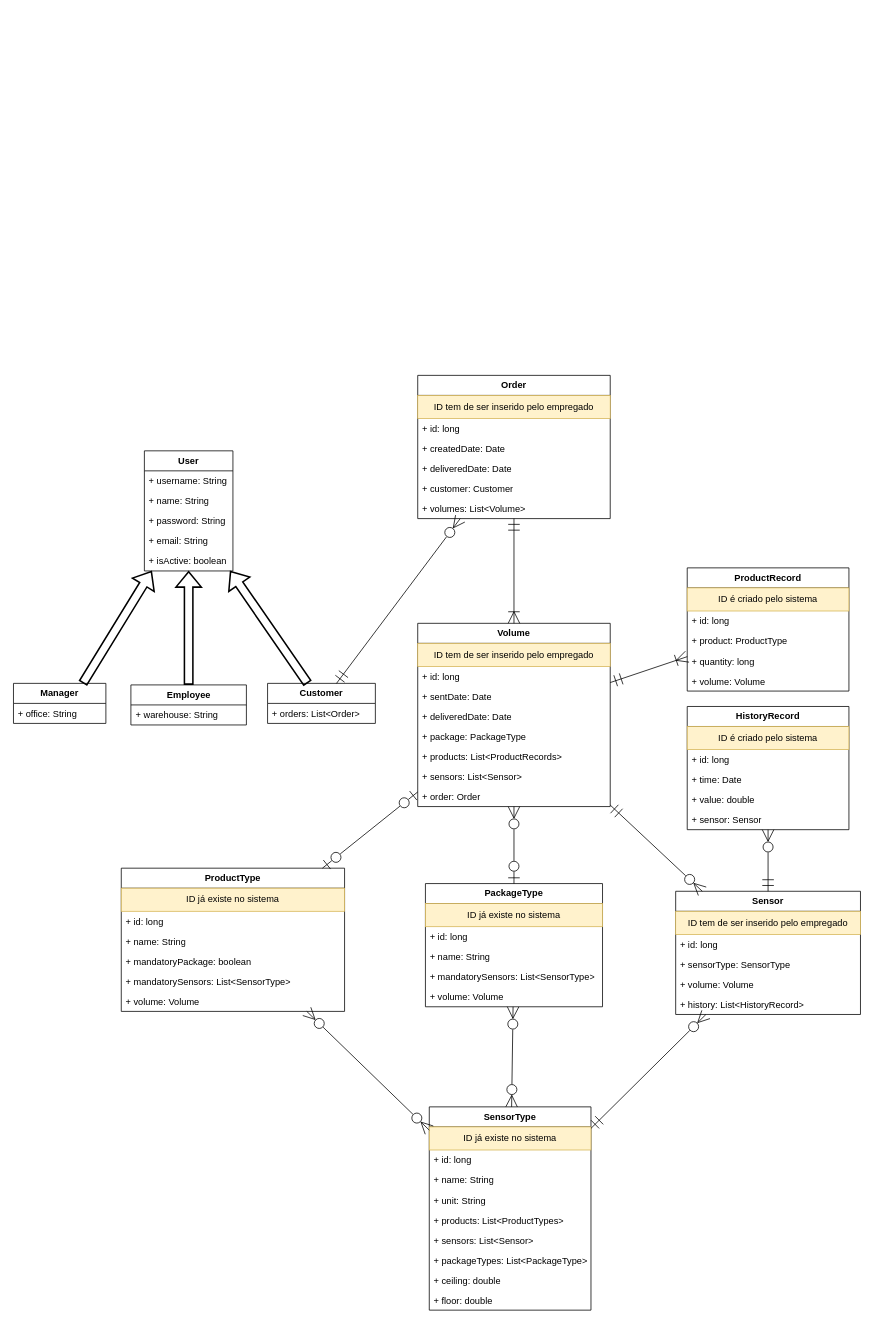
The draw.io diagram ClassDiagramNew.drawio in joelsb/AppMonitor, before the edit. Source tidied: cells renumbered, new cells numbered last; positions are measured from the earlier drawing's top-left corner, leaving out a move shared by most shapes. Both pictures are drawn from the tidied source at 77%, with x=0, y=0 at pixel (13, 375).
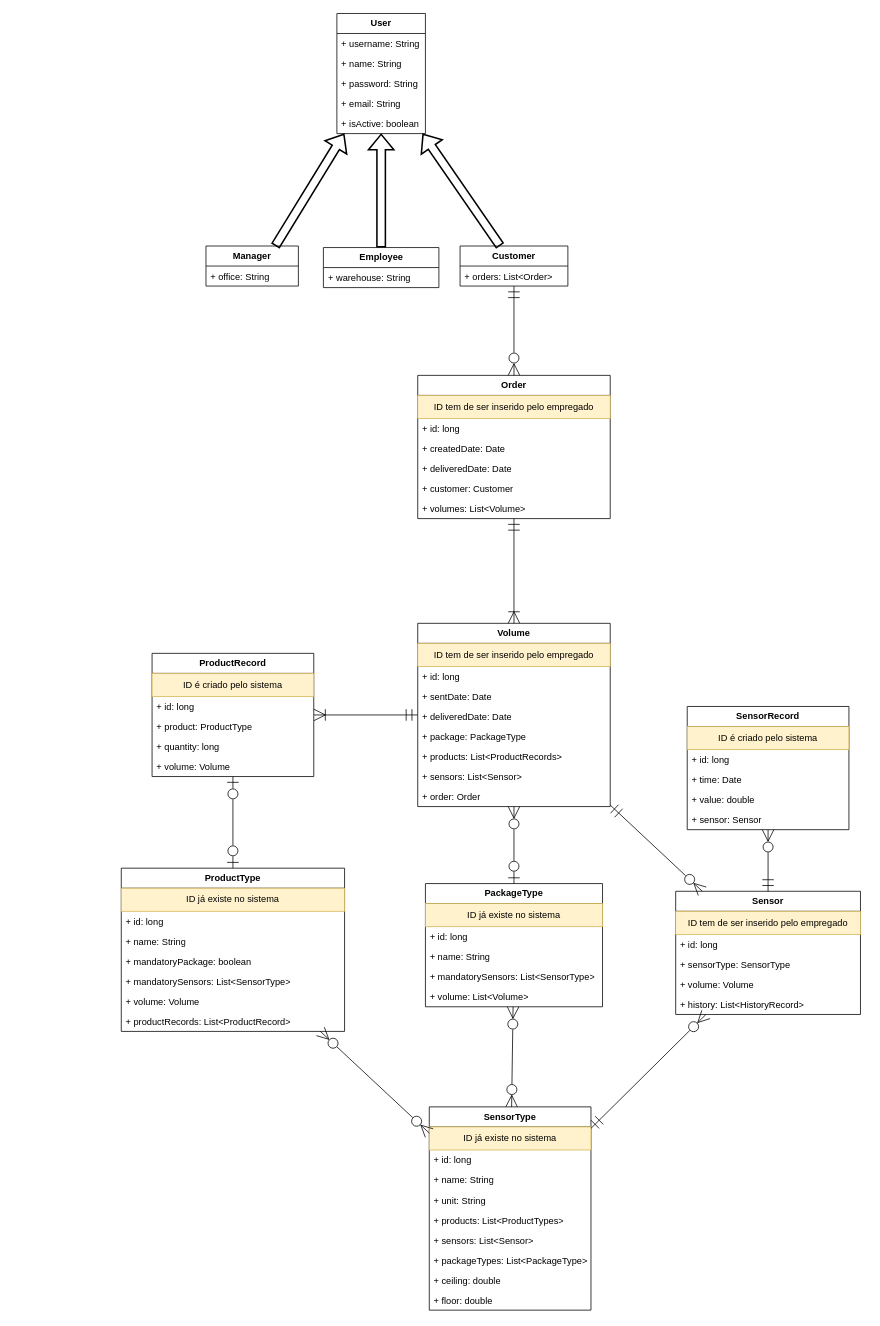
After the change.

Unchanged cells that the change refers to:
```xml
<mxCell id="12" value="&lt;b&gt;Volume&lt;/b&gt;" style="swimlane;fontStyle=0;horizontal=1;startSize=26;fillColor=none;whiteSpace=wrap;html=1;" parent="1" vertex="1">
  <mxGeometry x="525" y="322" width="250" height="238" as="geometry" />
</mxCell>
<mxCell id="46" value="&lt;b&gt;PackageType&lt;/b&gt;" style="swimlane;fontStyle=0;horizontal=1;startSize=26;fillColor=none;whiteSpace=wrap;html=1;" parent="1" vertex="1">
  <mxGeometry x="535" y="660" width="230" height="160" as="geometry" />
</mxCell>
```

What changed in the source:
```diff
@@
     <mxCell id="9" value="&lt;b&gt;Customer&lt;/b&gt;" style="swimlane;fontStyle=0;horizontal=1;startSize=26;fillColor=none;whiteSpace=wrap;html=1;" parent="1" vertex="1">
-      <mxGeometry x="330" y="400" width="140" height="52" as="geometry" />
+      <mxGeometry x="580" y="-168" width="140" height="52" as="geometry" />
     </mxCell>
@@
     <mxCell id="22" value="&lt;b&gt;ProductType&lt;/b&gt;" style="swimlane;fontStyle=0;horizontal=1;startSize=26;fillColor=none;whiteSpace=wrap;html=1;" parent="1" vertex="1">
-      <mxGeometry x="140" y="640" width="290" height="186" as="geometry" />
+      <mxGeometry x="140" y="640" width="290" height="212" as="geometry" />
     </mxCell>
@@
+    <mxCell id="86" value="+ productRecords: List&amp;lt;ProductRecord&amp;gt;" style="text;strokeColor=none;fillColor=none;align=left;verticalAlign=top;spacingLeft=4;spacingRight=4;overflow=hidden;whiteSpace=wrap;html=1;" parent="22" vertex="1">
+      <mxGeometry y="186" width="290" height="26" as="geometry" />
+    </mxCell>
@@
-    <mxCell id="51" value="+ volume: Volume" style="text;strokeColor=none;fillColor=none;align=left;verticalAlign=top;spacingLeft=4;spacingRight=4;overflow=hidden;whiteSpace=wrap;html=1;" parent="46" vertex="1">
+    <mxCell id="51" value="+ volume: List&amp;lt;Volume&amp;gt;" style="text;strokeColor=none;fillColor=none;align=left;verticalAlign=top;spacingLeft=4;spacingRight=4;overflow=hidden;whiteSpace=wrap;html=1;" parent="46" vertex="1">
       <mxGeometry y="134" width="230" height="26" as="geometry" />
     </mxCell>
     <mxCell id="52" value="&lt;b&gt;Employee&lt;/b&gt;" style="swimlane;fontStyle=0;horizontal=1;startSize=26;fillColor=none;whiteSpace=wrap;html=1;" parent="1" vertex="1">
-      <mxGeometry x="152.5" y="402" width="150" height="52" as="geometry" />
+      <mxGeometry x="402.5" y="-166" width="150" height="52" as="geometry" />
     </mxCell>
@@
     <mxCell id="54" value="&lt;b&gt;User&lt;/b&gt;" style="swimlane;fontStyle=0;horizontal=1;startSize=26;fillColor=none;whiteSpace=wrap;html=1;" parent="1" vertex="1">
-      <mxGeometry x="170" y="98" width="115" height="156" as="geometry" />
+      <mxGeometry x="420" y="-470" width="115" height="156" as="geometry" />
     </mxCell>
@@
     <mxCell id="60" value="&lt;b&gt;Manager&lt;/b&gt;" style="swimlane;fontStyle=0;horizontal=1;startSize=26;fillColor=none;whiteSpace=wrap;html=1;" parent="1" vertex="1">
-      <mxGeometry y="400" width="120" height="52" as="geometry" />
+      <mxGeometry x="250" y="-168" width="120" height="52" as="geometry" />
     </mxCell>
@@
-    <mxCell id="66" style="endArrow=ERzeroToOne;html=1;rounded=0;fontSize=12;startSize=13;endSize=13;startArrow=ERzeroToOne;startFill=0;endFill=0;" parent="1" edge="1" source="12" target="22">
+    <mxCell id="66" style="endArrow=ERzeroToOne;html=1;rounded=0;fontSize=12;startSize=13;endSize=13;startArrow=ERzeroToOne;startFill=0;endFill=0;" parent="1" edge="1" source="79" target="22">
       <mxGeometry relative="1" as="geometry" />
     </mxCell>
@@
-    <mxCell id="72" value="&lt;b&gt;HistoryRecord&lt;/b&gt;" style="swimlane;fontStyle=0;horizontal=1;startSize=26;fillColor=none;whiteSpace=wrap;html=1;" parent="1" vertex="1">
+    <mxCell id="72" value="&lt;b&gt;SensorRecord&lt;/b&gt;" style="swimlane;fontStyle=0;horizontal=1;startSize=26;fillColor=none;whiteSpace=wrap;html=1;" parent="1" vertex="1">
       <mxGeometry x="875" y="430" width="210" height="160" as="geometry" />
     </mxCell>
@@
     <mxCell id="79" value="&lt;b&gt;ProductRecord&lt;/b&gt;" style="swimlane;fontStyle=0;horizontal=1;startSize=26;fillColor=none;whiteSpace=wrap;html=1;" parent="1" vertex="1">
-      <mxGeometry x="875" y="250" width="210" height="160" as="geometry" />
+      <mxGeometry x="180" y="361" width="210" height="160" as="geometry" />
     </mxCell>
```
